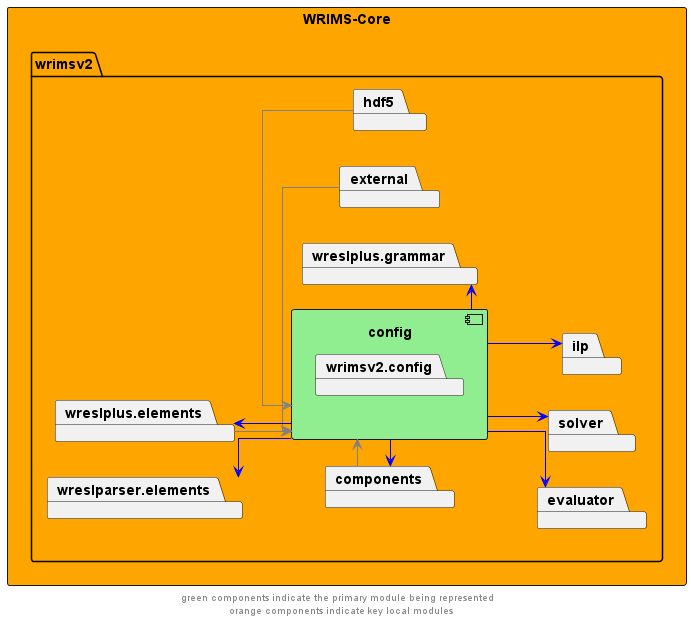
Before: docs/diagrams/wrims-core/wrims-core_config.png, a diagram exported from PlantUML (CentralValleyModeling/wrims).
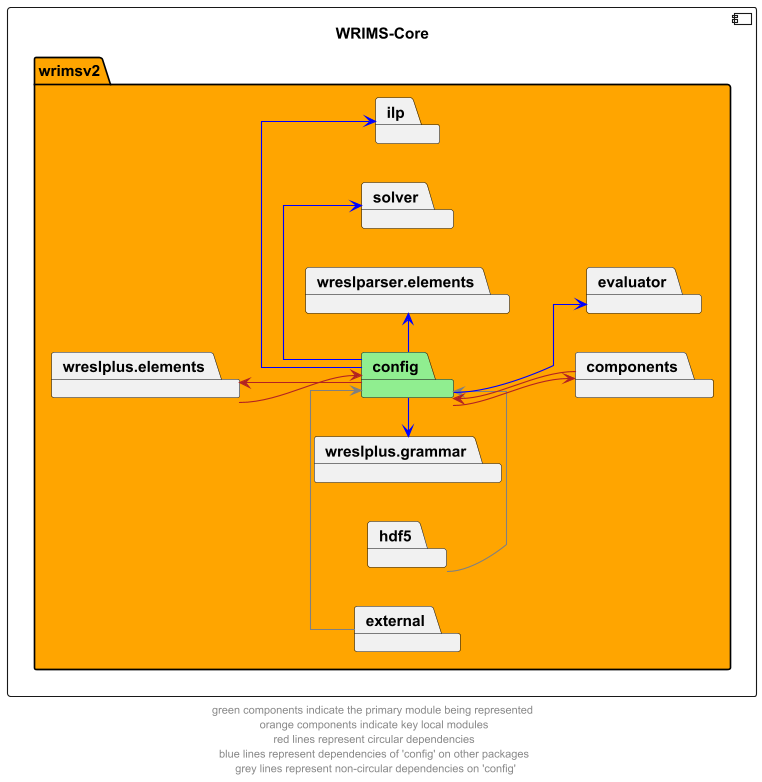
After the change.

Change to the diagram source:
```diff
@@ -2,13 +2,9 @@
 left to right direction
 skinparam linetype ortho
 
-rectangle wrims_core as "WRIMS-Core" #orange {
-    package wrimsv2 {
-        package config {
-            component config #lightgreen {
-                package wrimsv2.config
-            }
-        }
+component wrims_core as "WRIMS-Core" {
+    package wrimsv2 #orange {
+        package config #lightgreen
         package components
         package evaluator
         package external
@@ -24,15 +20,15 @@
 hdf5 -> config #grey
 external -> config #grey
 
-config -r-> components #blue
-components --> config #grey
-config -r->  wreslplus.elements #blue
-wreslplus.elements --> config #grey
+config --> components #firebrick
+components --> config #firebrick
+config -l->  wreslplus.elements #firebrick
+wreslplus.elements --> config #firebrick
 
 config -d->  evaluator #blue
-config -d->  ilp #blue
-config -d->  solver #blue
-config -d->  wreslparser.elements #blue
+config -r->  ilp #blue
+config -r->  solver #blue
+config -r->  wreslparser.elements #blue
 config -l->  wreslplus.grammar #blue
 
 config -r[hidden]-> evaluator
@@ -40,5 +36,5 @@
 wreslparser.elements -d[hidden]-> components
 wreslparser.elements -r[hidden]-> evaluator
 
-footer "green components indicate the primary module being represented \n orange components indicate key local modules"
+footer "green components indicate the primary module being represented \n orange components indicate key local modules \n red lines represent circular dependencies \n blue lines represent dependencies of 'config' on other packages \n grey lines represent non-circular dependencies on 'config'"
 @enduml
```
